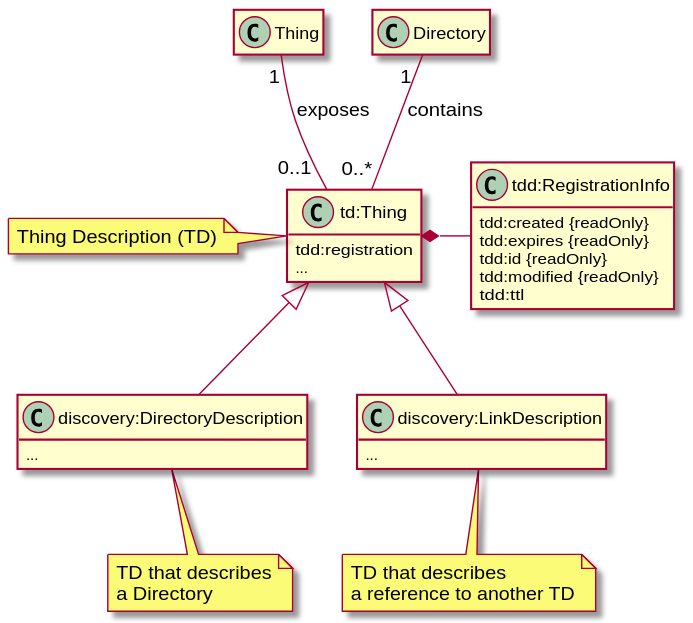
Above: images/exploration-class-diagram.svg in w3c/wot-discovery (PlantUML), before the change.
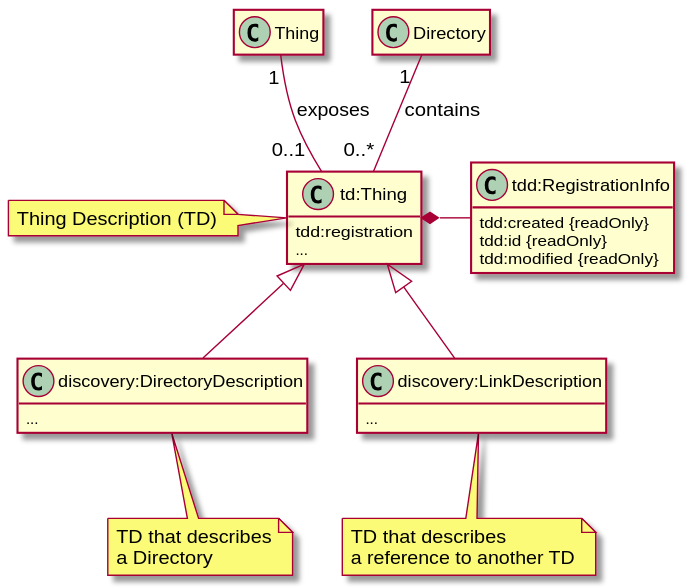
Above is the later version.

Change to the diagram source:
```diff
@@ -20,10 +20,8 @@
 note left: Thing Description (TD)
 class RI {
     tdd:created {readOnly}
-    tdd:expires {readOnly}
     tdd:id {readOnly}
     tdd:modified {readOnly}
-    tdd:ttl
 }
 together {
     class DD {
```
